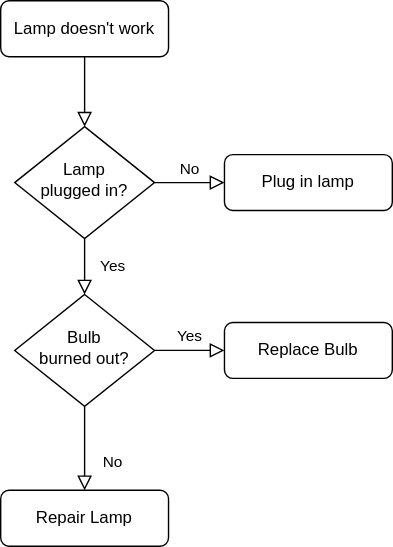
Happday-bot/education keeps this draw.io diagram as Untitled Diagram.drawio.svg. Above is the earlier version. Source tidied: cells renumbered, new cells last; positions are measured from the earlier drawing's top-left corner, leaving out a move shared by most shapes. Source of this version:
```xml
<mxGraphModel>
  <root>
    <mxCell id="0" />
    <mxCell id="1" parent="0" />
    <mxCell id="2" style="rounded=0;html=1;jettySize=auto;fontSize=11;endArrow=block;endFill=0;endSize=8;strokeWidth=1;shadow=0;labelBackgroundColor=none;edgeStyle=orthogonalEdgeStyle;" parent="1" edge="1" source="3" target="6">
      <mxGeometry relative="1" as="geometry" />
    </mxCell>
    <mxCell id="3" value="Lamp doesn't work" style="rounded=1;whiteSpace=wrap;html=1;fontSize=12;glass=0;strokeWidth=1;shadow=0;" parent="1" vertex="1">
      <mxGeometry width="120" height="40" as="geometry" />
    </mxCell>
    <mxCell id="4" value="Yes" style="rounded=0;html=1;jettySize=auto;fontSize=11;endArrow=block;endFill=0;endSize=8;strokeWidth=1;shadow=0;labelBackgroundColor=none;edgeStyle=orthogonalEdgeStyle;" parent="1" edge="1" source="6" target="10">
      <mxGeometry y="20" relative="1" as="geometry" />
    </mxCell>
    <mxCell id="5" value="No" style="edgeStyle=orthogonalEdgeStyle;rounded=0;html=1;jettySize=auto;fontSize=11;endArrow=block;endFill=0;endSize=8;strokeWidth=1;shadow=0;labelBackgroundColor=none;" parent="1" edge="1" source="6" target="7">
      <mxGeometry y="10" relative="1" as="geometry" />
    </mxCell>
    <mxCell id="6" value="Lamp&lt;br&gt;plugged in?" style="rhombus;whiteSpace=wrap;html=1;shadow=0;fontFamily=Helvetica;fontSize=12;align=center;strokeWidth=1;spacing=6;spacingTop=-4;" parent="1" vertex="1">
      <mxGeometry x="10" y="90" width="100" height="80" as="geometry" />
    </mxCell>
    <mxCell id="7" value="Plug in lamp" style="rounded=1;whiteSpace=wrap;html=1;fontSize=12;glass=0;strokeWidth=1;shadow=0;" parent="1" vertex="1">
      <mxGeometry x="160" y="110" width="120" height="40" as="geometry" />
    </mxCell>
    <mxCell id="8" value="No" style="rounded=0;html=1;jettySize=auto;fontSize=11;endArrow=block;endFill=0;endSize=8;strokeWidth=1;shadow=0;labelBackgroundColor=none;edgeStyle=orthogonalEdgeStyle;" parent="1" edge="1" source="10" target="11">
      <mxGeometry x="0.33" y="20" relative="1" as="geometry" />
    </mxCell>
    <mxCell id="9" value="Yes" style="edgeStyle=orthogonalEdgeStyle;rounded=0;html=1;jettySize=auto;fontSize=11;endArrow=block;endFill=0;endSize=8;strokeWidth=1;shadow=0;labelBackgroundColor=none;" parent="1" edge="1" source="10" target="12">
      <mxGeometry y="10" relative="1" as="geometry" />
    </mxCell>
    <mxCell id="10" value="Bulb&lt;br&gt;burned out?" style="rhombus;whiteSpace=wrap;html=1;shadow=0;fontFamily=Helvetica;fontSize=12;align=center;strokeWidth=1;spacing=6;spacingTop=-4;" parent="1" vertex="1">
      <mxGeometry x="10" y="210" width="100" height="80" as="geometry" />
    </mxCell>
    <mxCell id="11" value="Repair Lamp" style="rounded=1;whiteSpace=wrap;html=1;fontSize=12;glass=0;strokeWidth=1;shadow=0;" parent="1" vertex="1">
      <mxGeometry y="350" width="120" height="40" as="geometry" />
    </mxCell>
    <mxCell id="12" value="Replace Bulb" style="rounded=1;whiteSpace=wrap;html=1;fontSize=12;glass=0;strokeWidth=1;shadow=0;" parent="1" vertex="1">
      <mxGeometry x="160" y="230" width="120" height="40" as="geometry" />
    </mxCell>
  </root>
</mxGraphModel>
```
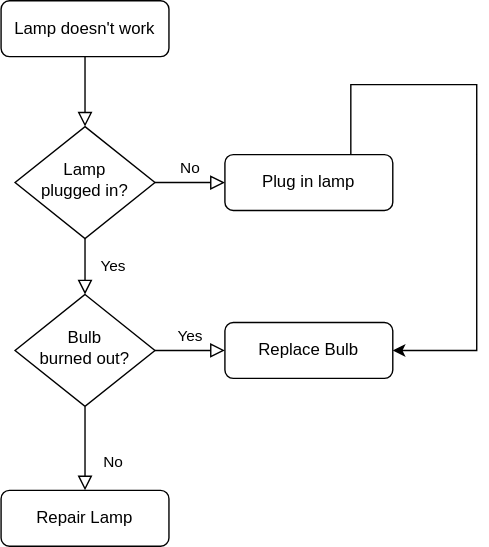
Above is the later version.

Change to the diagram source:
```diff
@@ -17,6 +17,15 @@
     <mxCell id="6" value="Lamp&lt;br&gt;plugged in?" style="rhombus;whiteSpace=wrap;html=1;shadow=0;fontFamily=Helvetica;fontSize=12;align=center;strokeWidth=1;spacing=6;spacingTop=-4;" parent="1" vertex="1">
       <mxGeometry x="10" y="90" width="100" height="80" as="geometry" />
     </mxCell>
+    <mxCell id="13" style="edgeStyle=orthogonalEdgeStyle;rounded=0;jettySize=auto;html=1;exitX=0.75;exitY=0;exitDx=0;exitDy=0;" parent="1" edge="1" source="7" target="12">
+      <mxGeometry relative="1" as="geometry">
+        <Array as="points">
+          <mxPoint x="250" y="60" />
+          <mxPoint x="340" y="60" />
+          <mxPoint x="340" y="250" />
+        </Array>
+      </mxGeometry>
+    </mxCell>
     <mxCell id="7" value="Plug in lamp" style="rounded=1;whiteSpace=wrap;html=1;fontSize=12;glass=0;strokeWidth=1;shadow=0;" parent="1" vertex="1">
       <mxGeometry x="160" y="110" width="120" height="40" as="geometry" />
     </mxCell>
```
